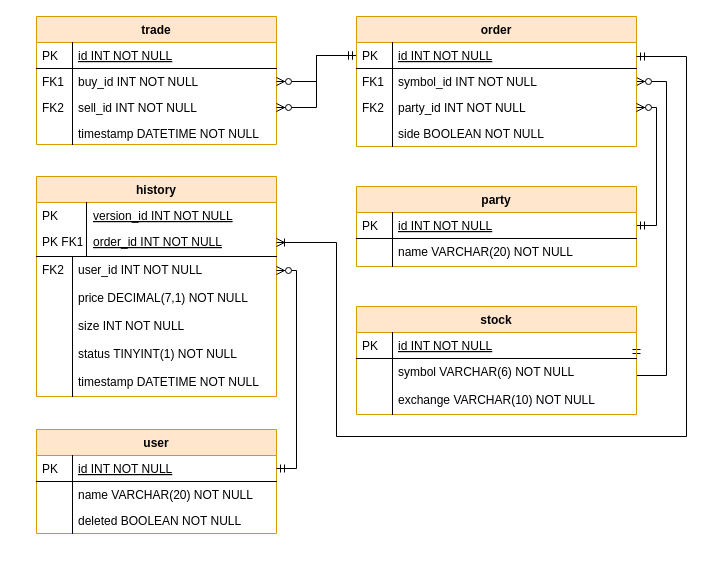
Before: docs/database-erd.drawio in TomaszMosak/OrderBook, a draw.io diagram. Source tidied: cells renumbered, new cells numbered last; positions are measured from the earlier drawing's top-left corner, leaving out a move shared by most shapes. Both pictures are drawn from the tidied source at 100%, with x=0, y=0 at pixel (36, 16).
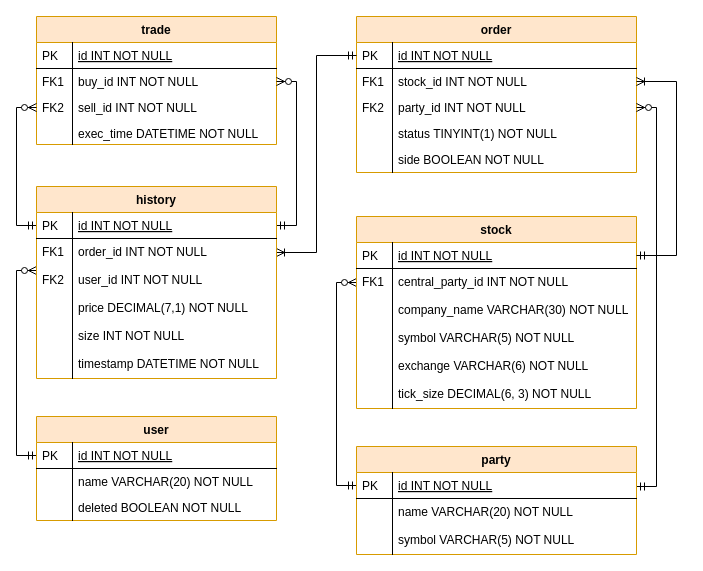
The same diagram, later.

Commit message (it also covers changes not shown here):
Update ERD to be back to normal

The change refers to these unchanged cells:
```xml
<mxCell id="2" value="trade" style="swimlane;fontStyle=1;horizontal=1;startSize=26;rounded=0;shadow=0;strokeWidth=1;fillColor=#ffe6cc;strokeColor=#d79b00;" parent="1" vertex="1">
  <mxGeometry width="240" height="128" as="geometry" />
</mxCell>
<mxCell id="5" value="buy_id INT NOT NULL" style="shape=partialRectangle;top=0;left=0;right=0;bottom=0;align=left;verticalAlign=top;fillColor=none;spacingLeft=40;spacingRight=4;overflow=hidden;points=[[0,0.5],[1,0.5]];portConstraint=eastwest;rounded=0;shadow=0;strokeWidth=1;" parent="2" vertex="1">
  <mxGeometry y="52" width="240" height="26" as="geometry" />
</mxCell>
<mxCell id="7" value="sell_id INT NOT NULL" style="shape=partialRectangle;top=0;left=0;right=0;bottom=0;align=left;verticalAlign=top;fillColor=none;spacingLeft=40;spacingRight=4;overflow=hidden;points=[[0,0.5],[1,0.5]];portConstraint=eastwest;rounded=0;shadow=0;strokeWidth=1;" parent="2" vertex="1">
  <mxGeometry y="78" width="240" height="26" as="geometry" />
</mxCell>
<mxCell id="15" value="id INT NOT NULL" style="shape=partialRectangle;top=0;left=0;right=0;bottom=1;align=left;verticalAlign=top;fillColor=none;spacingLeft=40;spacingRight=4;overflow=hidden;points=[[0,0.5],[1,0.5]];portConstraint=eastwest;rounded=0;shadow=0;strokeWidth=1;fontStyle=4;" parent="14" vertex="1">
  <mxGeometry y="26" width="280" height="26" as="geometry" />
</mxCell>
<mxCell id="19" value="party_id INT NOT NULL" style="shape=partialRectangle;top=0;left=0;right=0;bottom=0;align=left;verticalAlign=top;fillColor=none;spacingLeft=40;spacingRight=4;overflow=hidden;points=[[0,0.5],[1,0.5]];portConstraint=eastwest;rounded=0;shadow=0;strokeWidth=1;" parent="14" vertex="1">
  <mxGeometry y="78" width="280" height="26" as="geometry" />
</mxCell>
<mxCell id="29" value="user_id INT NOT NULL" style="shape=partialRectangle;top=0;left=0;right=0;bottom=0;align=left;verticalAlign=top;fillColor=none;spacingLeft=40;spacingRight=4;overflow=hidden;points=[[0,0.5],[1,0.5]];portConstraint=eastwest;rounded=0;shadow=0;strokeWidth=1;" parent="24" vertex="1">
  <mxGeometry y="80" width="240" height="28" as="geometry" />
</mxCell>
<mxCell id="40" value="id INT NOT NULL" style="shape=partialRectangle;top=0;left=0;right=0;bottom=1;align=left;verticalAlign=top;fillColor=none;spacingLeft=40;spacingRight=4;overflow=hidden;points=[[0,0.5],[1,0.5]];portConstraint=eastwest;rounded=0;shadow=0;strokeWidth=1;fontStyle=4;" parent="39" vertex="1">
  <mxGeometry y="26" width="240" height="26" as="geometry" />
</mxCell>
<mxCell id="49" value="id INT NOT NULL" style="shape=partialRectangle;top=0;left=0;right=0;bottom=1;align=left;verticalAlign=top;fillColor=none;spacingLeft=40;spacingRight=4;overflow=hidden;points=[[0,0.5],[1,0.5]];portConstraint=eastwest;rounded=0;shadow=0;strokeWidth=1;fontStyle=4;" parent="48" vertex="1">
  <mxGeometry y="26" width="280" height="26" as="geometry" />
</mxCell>
```

Change to the diagram source:
```diff
@@
-    <mxCell id="9" value="timestamp DATETIME NOT NULL" style="shape=partialRectangle;top=0;left=0;right=0;bottom=0;align=left;verticalAlign=top;fillColor=none;spacingLeft=40;spacingRight=4;overflow=hidden;rounded=0;shadow=0;strokeWidth=1;" parent="2" vertex="1">
+    <mxCell id="9" value="exec_time DATETIME NOT NULL" style="shape=partialRectangle;top=0;left=0;right=0;bottom=0;align=left;verticalAlign=top;fillColor=none;spacingLeft=40;spacingRight=4;overflow=hidden;rounded=0;shadow=0;strokeWidth=1;" parent="2" vertex="1">
       <mxGeometry y="104" width="240" height="24" as="geometry" />
     </mxCell>
@@
-    <mxCell id="11" style="edgeStyle=orthogonalEdgeStyle;rounded=0;jettySize=auto;html=1;endArrow=ERzeroToMany;endFill=1;startArrow=ERmandOne;startFill=0;" parent="1" edge="1" source="15" target="5">
-      <mxGeometry relative="1" as="geometry">
-        <Array as="points">
-          <mxPoint x="280" y="39" />
-          <mxPoint x="280" y="65" />
-        </Array>
-      </mxGeometry>
-    </mxCell>
-    <mxCell id="12" style="edgeStyle=orthogonalEdgeStyle;rounded=0;jettySize=auto;html=1;startArrow=ERmandOne;startFill=0;endArrow=ERzeroToMany;endFill=1;" parent="1" edge="1" source="15" target="7">
-      <mxGeometry relative="1" as="geometry">
-        <Array as="points">
-          <mxPoint x="280" y="39" />
-          <mxPoint x="280" y="91" />
-        </Array>
-      </mxGeometry>
-    </mxCell>
-    <mxCell id="13" style="edgeStyle=orthogonalEdgeStyle;rounded=0;jettySize=auto;html=1;startArrow=ERmandOne;startFill=0;endArrow=ERzeroToMany;endFill=1;exitX=1;exitY=0.5;exitDx=0;exitDy=0;" parent="1" edge="1" source="54" target="17">
-      <mxGeometry relative="1" as="geometry">
-        <Array as="points">
-          <mxPoint x="630" y="359" />
-          <mxPoint x="630" y="65" />
-        </Array>
-      </mxGeometry>
-    </mxCell>
     <mxCell id="14" value="order" style="swimlane;fontStyle=1;horizontal=1;startSize=26;rounded=0;shadow=0;strokeWidth=1;fillColor=#ffe6cc;strokeColor=#d79b00;" parent="1" vertex="1">
-      <mxGeometry x="320" width="280" height="130" as="geometry" />
+      <mxGeometry x="320" width="280" height="156" as="geometry" />
     </mxCell>
@@
-    <mxCell id="17" value="symbol_id INT NOT NULL" style="shape=partialRectangle;top=0;left=0;right=0;bottom=0;align=left;verticalAlign=top;fillColor=none;spacingLeft=40;spacingRight=4;overflow=hidden;points=[[0,0.5],[1,0.5]];portConstraint=eastwest;rounded=0;shadow=0;strokeWidth=1;" parent="14" vertex="1">
+    <mxCell id="17" value="stock_id INT NOT NULL" style="shape=partialRectangle;top=0;left=0;right=0;bottom=0;align=left;verticalAlign=top;fillColor=none;spacingLeft=40;spacingRight=4;overflow=hidden;points=[[0,0.5],[1,0.5]];portConstraint=eastwest;rounded=0;shadow=0;strokeWidth=1;" parent="14" vertex="1">
       <mxGeometry y="52" width="280" height="26" as="geometry" />
     </mxCell>
@@
+    <mxCell id="35" value="status TINYINT(1) NOT NULL" style="shape=partialRectangle;top=0;left=0;right=0;bottom=0;align=left;verticalAlign=top;fillColor=none;spacingLeft=40;spacingRight=4;overflow=hidden;rounded=0;shadow=0;strokeWidth=1;" parent="14" vertex="1">
+      <mxGeometry y="104" width="280" height="26" as="geometry" />
+    </mxCell>
+    <mxCell id="60" style="shape=partialRectangle;top=0;left=0;bottom=0;fillColor=none;align=left;verticalAlign=top;spacingLeft=4;spacingRight=4;overflow=hidden;" parent="35" vertex="1">
+      <mxGeometry width="36" height="26" as="geometry" />
+    </mxCell>
     <mxCell id="21" value="side BOOLEAN NOT NULL" style="shape=partialRectangle;top=0;left=0;right=0;bottom=0;align=left;verticalAlign=top;fillColor=none;spacingLeft=40;spacingRight=4;overflow=hidden;rounded=0;shadow=0;strokeWidth=1;" parent="14" vertex="1">
-      <mxGeometry y="104" width="280" height="26" as="geometry" />
+      <mxGeometry y="130" width="280" height="26" as="geometry" />
     </mxCell>
@@
+    <mxCell id="61" style="edgeStyle=orthogonalEdgeStyle;rounded=0;jettySize=auto;html=1;endArrow=ERzeroToMany;endFill=1;startArrow=ERmandOne;startFill=0;" parent="1" edge="1" source="49" target="62">
+      <mxGeometry relative="1" as="geometry">
+        <Array as="points">
+          <mxPoint x="300" y="469" />
+          <mxPoint x="300" y="266" />
+        </Array>
+      </mxGeometry>
+    </mxCell>
+    <mxCell id="53" value="stock" style="swimlane;fontStyle=1;horizontal=1;startSize=26;rounded=0;shadow=0;strokeWidth=1;fillColor=#ffe6cc;strokeColor=#d79b00;" parent="1" vertex="1">
+      <mxGeometry x="320" y="200" width="280" height="192" as="geometry" />
+    </mxCell>
+    <mxCell id="54" value="id INT NOT NULL" style="shape=partialRectangle;top=0;left=0;right=0;bottom=1;align=left;verticalAlign=top;fillColor=none;spacingLeft=40;spacingRight=4;overflow=hidden;points=[[0,0.5],[1,0.5]];portConstraint=eastwest;rounded=0;shadow=0;strokeWidth=1;fontStyle=4;" parent="53" vertex="1">
+      <mxGeometry y="26" width="280" height="26" as="geometry" />
+    </mxCell>
+    <mxCell id="55" value="PK" style="shape=partialRectangle;top=0;left=0;bottom=0;fillColor=none;align=left;verticalAlign=top;spacingLeft=4;spacingRight=4;overflow=hidden;" parent="54" vertex="1">
+      <mxGeometry width="36" height="26" as="geometry" />
+    </mxCell>
+    <mxCell id="62" value="central_party_id INT NOT NULL" style="shape=partialRectangle;top=0;left=0;right=0;bottom=0;align=left;verticalAlign=top;fillColor=none;spacingLeft=40;spacingRight=4;overflow=hidden;points=[[0,0.5],[1,0.5]];portConstraint=eastwest;rounded=0;shadow=0;strokeWidth=1;" parent="53" vertex="1">
+      <mxGeometry y="52" width="280" height="28" as="geometry" />
+    </mxCell>
+    <mxCell id="63" value="FK1" style="shape=partialRectangle;top=0;left=0;bottom=0;fillColor=none;align=left;verticalAlign=top;spacingLeft=4;spacingRight=4;overflow=hidden;" parent="62" vertex="1">
+      <mxGeometry width="36" height="28" as="geometry" />
+    </mxCell>
+    <mxCell id="64" value="company_name VARCHAR(30) NOT NULL" style="shape=partialRectangle;top=0;left=0;right=0;bottom=0;align=left;verticalAlign=top;fillColor=none;spacingLeft=40;spacingRight=4;overflow=hidden;rounded=0;shadow=0;strokeWidth=1;" parent="53" vertex="1">
+      <mxGeometry y="80" width="280" height="28" as="geometry" />
+    </mxCell>
+    <mxCell id="65" style="shape=partialRectangle;top=0;left=0;bottom=0;fillColor=none;align=left;verticalAlign=top;spacingLeft=4;spacingRight=4;overflow=hidden;" parent="64" vertex="1">
+      <mxGeometry width="36" height="28" as="geometry" />
+    </mxCell>
+    <mxCell id="56" value="symbol VARCHAR(5) NOT NULL" style="shape=partialRectangle;top=0;left=0;right=0;bottom=0;align=left;verticalAlign=top;fillColor=none;spacingLeft=40;spacingRight=4;overflow=hidden;rounded=0;shadow=0;strokeWidth=1;" parent="53" vertex="1">
+      <mxGeometry y="108" width="280" height="28" as="geometry" />
+    </mxCell>
+    <mxCell id="57" style="shape=partialRectangle;top=0;left=0;bottom=0;fillColor=none;align=left;verticalAlign=top;spacingLeft=4;spacingRight=4;overflow=hidden;" parent="56" vertex="1">
+      <mxGeometry width="36" height="28" as="geometry" />
+    </mxCell>
+    <mxCell id="58" value="exchange VARCHAR(6) NOT NULL" style="shape=partialRectangle;top=0;left=0;right=0;bottom=0;align=left;verticalAlign=top;fillColor=none;spacingLeft=40;spacingRight=4;overflow=hidden;rounded=0;shadow=0;strokeWidth=1;" parent="53" vertex="1">
+      <mxGeometry y="136" width="280" height="28" as="geometry" />
+    </mxCell>
+    <mxCell id="59" style="shape=partialRectangle;top=0;left=0;bottom=0;fillColor=none;align=left;verticalAlign=top;spacingLeft=4;spacingRight=4;overflow=hidden;" parent="58" vertex="1">
+      <mxGeometry width="36" height="28" as="geometry" />
+    </mxCell>
+    <mxCell id="66" value="tick_size DECIMAL(6, 3) NOT NULL" style="shape=partialRectangle;top=0;left=0;right=0;bottom=0;align=left;verticalAlign=top;fillColor=none;spacingLeft=40;spacingRight=4;overflow=hidden;rounded=0;shadow=0;strokeWidth=1;" parent="53" vertex="1">
+      <mxGeometry y="164" width="280" height="28" as="geometry" />
+    </mxCell>
+    <mxCell id="67" style="shape=partialRectangle;top=0;left=0;bottom=0;fillColor=none;align=left;verticalAlign=top;spacingLeft=4;spacingRight=4;overflow=hidden;" parent="66" vertex="1">
+      <mxGeometry width="36" height="28" as="geometry" />
+    </mxCell>
-    <mxCell id="23" style="edgeStyle=orthogonalEdgeStyle;rounded=0;jettySize=auto;html=1;entryX=1;entryY=0.5;entryDx=0;entryDy=0;startArrow=ERmandOne;startFill=0;endArrow=ERzeroToMany;endFill=1;" parent="1" edge="1" source="49" target="19">
+    <mxCell id="23" style="edgeStyle=orthogonalEdgeStyle;rounded=0;jettySize=auto;html=1;startArrow=ERmandOne;startFill=0;endArrow=ERzeroToMany;endFill=1;" parent="1" edge="1" source="49" target="19">
       <mxGeometry relative="1" as="geometry">
         <Array as="points">
-          <mxPoint x="620" y="209" />
+          <mxPoint x="620" y="470" />
           <mxPoint x="620" y="91" />
         </Array>
       </mxGeometry>
     </mxCell>
+    <mxCell id="13" style="edgeStyle=orthogonalEdgeStyle;rounded=0;jettySize=auto;html=1;startArrow=ERmandOne;startFill=0;endArrow=ERoneToMany;endFill=0;" parent="1" edge="1" source="54" target="17">
+      <mxGeometry relative="1" as="geometry">
+        <Array as="points">
+          <mxPoint x="640" y="239" />
+          <mxPoint x="640" y="65" />
+        </Array>
+      </mxGeometry>
+    </mxCell>
+    <mxCell id="68" style="edgeStyle=orthogonalEdgeStyle;rounded=0;jettySize=auto;html=1;startArrow=ERmandOne;startFill=0;endArrow=ERzeroToMany;endFill=1;" parent="1" edge="1" source="25" target="5">
+      <mxGeometry relative="1" as="geometry">
+        <Array as="points">
+          <mxPoint x="260" y="209" />
+          <mxPoint x="260" y="65" />
+        </Array>
+      </mxGeometry>
+    </mxCell>
+    <mxCell id="69" style="edgeStyle=orthogonalEdgeStyle;rounded=0;jettySize=auto;html=1;startArrow=ERmandOne;startFill=0;endArrow=ERzeroToMany;endFill=1;" parent="1" edge="1" source="25" target="7">
+      <mxGeometry relative="1" as="geometry">
+        <Array as="points">
+          <mxPoint x="-20" y="209" />
+          <mxPoint x="-20" y="91" />
+        </Array>
+      </mxGeometry>
+    </mxCell>
+    <mxCell id="46" style="edgeStyle=orthogonalEdgeStyle;rounded=0;jettySize=auto;html=1;startArrow=ERmandOne;startFill=0;endArrow=ERoneToMany;endFill=0;" parent="1" edge="1" source="15" target="27">
+      <mxGeometry relative="1" as="geometry" />
+    </mxCell>
+    <mxCell id="47" style="edgeStyle=orthogonalEdgeStyle;rounded=0;jettySize=auto;html=1;startArrow=ERmandOne;startFill=0;endArrow=ERzeroToMany;endFill=1;" parent="1" edge="1" source="40" target="29">
+      <mxGeometry relative="1" as="geometry">
+        <Array as="points">
+          <mxPoint x="-20" y="439" />
+          <mxPoint x="-20" y="254" />
+        </Array>
+      </mxGeometry>
+    </mxCell>
     <mxCell id="24" value="history" style="swimlane;fontStyle=1;horizontal=1;startSize=26;rounded=0;shadow=0;strokeWidth=1;fillColor=#ffe6cc;strokeColor=#d79b00;" parent="1" vertex="1">
-      <mxGeometry y="160" width="240" height="220" as="geometry" />
+      <mxGeometry y="170" width="240" height="192" as="geometry" />
     </mxCell>
-    <mxCell id="25" value="version_id INT NOT NULL" style="shape=partialRectangle;top=0;left=0;right=0;bottom=0;align=left;verticalAlign=top;fillColor=none;spacingLeft=55;spacingRight=4;overflow=hidden;points=[[0,0.5],[1,0.5]];portConstraint=eastwest;rounded=0;shadow=0;strokeWidth=1;fontStyle=4;" parent="24" vertex="1">
+    <mxCell id="25" value="id INT NOT NULL" style="shape=partialRectangle;top=0;left=0;right=0;bottom=1;align=left;verticalAlign=top;fillColor=none;spacingLeft=40;spacingRight=4;overflow=hidden;points=[[0,0.5],[1,0.5]];portConstraint=eastwest;rounded=0;shadow=0;strokeWidth=1;fontStyle=4;" parent="24" vertex="1">
       <mxGeometry y="26" width="240" height="26" as="geometry" />
     </mxCell>
     <mxCell id="26" value="PK" style="shape=partialRectangle;top=0;left=0;bottom=0;fillColor=none;align=left;verticalAlign=top;spacingLeft=4;spacingRight=4;overflow=hidden;" parent="25" vertex="1">
-      <mxGeometry width="50" height="26" as="geometry" />
+      <mxGeometry width="36" height="26" as="geometry" />
     </mxCell>
-    <mxCell id="27" value="order_id INT NOT NULL" style="shape=partialRectangle;top=0;left=0;right=0;bottom=1;align=left;verticalAlign=top;fillColor=none;spacingLeft=55;spacingRight=4;overflow=hidden;points=[[0,0.5],[1,0.5]];portConstraint=eastwest;rounded=0;shadow=0;strokeWidth=1;fontStyle=4;" parent="24" vertex="1">
+    <mxCell id="27" value="order_id INT NOT NULL" style="shape=partialRectangle;top=0;left=0;right=0;bottom=0;align=left;verticalAlign=top;fillColor=none;spacingLeft=40;spacingRight=4;overflow=hidden;points=[[0,0.5],[1,0.5]];portConstraint=eastwest;rounded=0;shadow=0;strokeWidth=1;fontStyle=0;" parent="24" vertex="1">
       <mxGeometry y="52" width="240" height="28" as="geometry" />
     </mxCell>
-    <mxCell id="28" value="PK FK1" style="shape=partialRectangle;top=0;left=0;bottom=0;fillColor=none;align=left;verticalAlign=top;spacingLeft=4;spacingRight=4;overflow=hidden;right=1;" parent="27" vertex="1">
-      <mxGeometry width="50" height="28" as="geometry" />
+    <mxCell id="28" value="FK1" style="shape=partialRectangle;top=0;left=0;bottom=0;fillColor=none;align=left;verticalAlign=top;spacingLeft=4;spacingRight=4;overflow=hidden;right=1;" parent="27" vertex="1">
+      <mxGeometry width="36" height="28" as="geometry" />
     </mxCell>
@@
-    <mxCell id="35" value="status TINYINT(1) NOT NULL" style="shape=partialRectangle;top=0;left=0;right=0;bottom=0;align=left;verticalAlign=top;fillColor=none;spacingLeft=40;spacingRight=4;overflow=hidden;rounded=0;shadow=0;strokeWidth=1;" parent="24" vertex="1">
-      <mxGeometry y="164" width="240" height="28" as="geometry" />
-    </mxCell>
-    <mxCell id="36" style="shape=partialRectangle;top=0;left=0;bottom=0;fillColor=none;align=left;verticalAlign=top;spacingLeft=4;spacingRight=4;overflow=hidden;" parent="35" vertex="1">
-      <mxGeometry width="36" height="28" as="geometry" />
-    </mxCell>
     <mxCell id="37" value="timestamp DATETIME NOT NULL" style="shape=partialRectangle;top=0;left=0;right=0;bottom=0;align=left;verticalAlign=top;fillColor=none;spacingLeft=40;spacingRight=4;overflow=hidden;rounded=0;shadow=0;strokeWidth=1;" parent="24" vertex="1">
-      <mxGeometry y="192" width="240" height="28" as="geometry" />
+      <mxGeometry y="164" width="240" height="28" as="geometry" />
     </mxCell>
@@
     <mxCell id="39" value="user" style="swimlane;fontStyle=1;horizontal=1;startSize=26;rounded=0;shadow=0;strokeWidth=1;fillColor=#ffe6cc;strokeColor=#d79b00;" parent="1" vertex="1">
-      <mxGeometry y="413" width="240" height="104" as="geometry" />
+      <mxGeometry y="400" width="240" height="104" as="geometry" />
     </mxCell>
@@
-    <mxCell id="46" style="edgeStyle=orthogonalEdgeStyle;rounded=0;jettySize=auto;html=1;startArrow=ERmandOne;startFill=0;endArrow=ERoneToMany;endFill=0;" parent="1" edge="1" source="15" target="27">
-      <mxGeometry relative="1" as="geometry">
-        <Array as="points">
-          <mxPoint x="650" y="40" />
-          <mxPoint x="650" y="420" />
-          <mxPoint x="300" y="420" />
-          <mxPoint x="300" y="226" />
-        </Array>
-      </mxGeometry>
-    </mxCell>
-    <mxCell id="47" style="edgeStyle=orthogonalEdgeStyle;rounded=0;jettySize=auto;html=1;startArrow=ERmandOne;startFill=0;endArrow=ERzeroToMany;endFill=1;" parent="1" edge="1" source="40" target="29">
-      <mxGeometry relative="1" as="geometry">
-        <Array as="points">
-          <mxPoint x="260" y="452" />
-          <mxPoint x="260" y="254" />
-        </Array>
-      </mxGeometry>
-    </mxCell>
     <mxCell id="48" value="party" style="swimlane;fontStyle=1;horizontal=1;startSize=26;rounded=0;shadow=0;strokeWidth=1;fillColor=#ffe6cc;strokeColor=#d79b00;" parent="1" vertex="1">
-      <mxGeometry x="320" y="170" width="280" height="80" as="geometry" />
+      <mxGeometry x="320" y="430" width="280" height="108" as="geometry" />
     </mxCell>
@@
-    <mxCell id="53" value="stock" style="swimlane;fontStyle=1;horizontal=1;startSize=26;rounded=0;shadow=0;strokeWidth=1;fillColor=#ffe6cc;strokeColor=#d79b00;" parent="1" vertex="1">
-      <mxGeometry x="320" y="290" width="280" height="108" as="geometry" />
-    </mxCell>
-    <mxCell id="54" value="id INT NOT NULL" style="shape=partialRectangle;top=0;left=0;right=0;bottom=1;align=left;verticalAlign=top;fillColor=none;spacingLeft=40;spacingRight=4;overflow=hidden;points=[[0,0.5],[1,0.5]];portConstraint=eastwest;rounded=0;shadow=0;strokeWidth=1;fontStyle=4;" parent="53" vertex="1">
-      <mxGeometry y="26" width="280" height="26" as="geometry" />
-    </mxCell>
-    <mxCell id="55" value="PK" style="shape=partialRectangle;top=0;left=0;bottom=0;fillColor=none;align=left;verticalAlign=top;spacingLeft=4;spacingRight=4;overflow=hidden;" parent="54" vertex="1">
-      <mxGeometry width="36" height="26" as="geometry" />
-    </mxCell>
-    <mxCell id="56" value="symbol VARCHAR(6) NOT NULL" style="shape=partialRectangle;top=0;left=0;right=0;bottom=0;align=left;verticalAlign=top;fillColor=none;spacingLeft=40;spacingRight=4;overflow=hidden;rounded=0;shadow=0;strokeWidth=1;" parent="53" vertex="1">
-      <mxGeometry y="52" width="280" height="28" as="geometry" />
-    </mxCell>
-    <mxCell id="57" style="shape=partialRectangle;top=0;left=0;bottom=0;fillColor=none;align=left;verticalAlign=top;spacingLeft=4;spacingRight=4;overflow=hidden;" parent="56" vertex="1">
-      <mxGeometry width="36" height="28" as="geometry" />
-    </mxCell>
-    <mxCell id="58" value="exchange VARCHAR(10) NOT NULL" style="shape=partialRectangle;top=0;left=0;right=0;bottom=0;align=left;verticalAlign=top;fillColor=none;spacingLeft=40;spacingRight=4;overflow=hidden;rounded=0;shadow=0;strokeWidth=1;" parent="53" vertex="1">
-      <mxGeometry y="80" width="280" height="28" as="geometry" />
-    </mxCell>
-    <mxCell id="59" style="shape=partialRectangle;top=0;left=0;bottom=0;fillColor=none;align=left;verticalAlign=top;spacingLeft=4;spacingRight=4;overflow=hidden;" parent="58" vertex="1">
-      <mxGeometry width="36" height="28" as="geometry" />
-    </mxCell>
+    <mxCell id="70" value="symbol VARCHAR(5) NOT NULL" style="shape=partialRectangle;top=0;left=0;right=0;bottom=0;align=left;verticalAlign=top;fillColor=none;spacingLeft=40;spacingRight=4;overflow=hidden;rounded=0;shadow=0;strokeWidth=1;" parent="48" vertex="1">
+      <mxGeometry y="80" width="280" height="28" as="geometry" />
+    </mxCell>
+    <mxCell id="71" style="shape=partialRectangle;top=0;left=0;bottom=0;fillColor=none;align=left;verticalAlign=top;spacingLeft=4;spacingRight=4;overflow=hidden;" parent="70" vertex="1">
+      <mxGeometry width="36" height="28" as="geometry" />
+    </mxCell>
```
